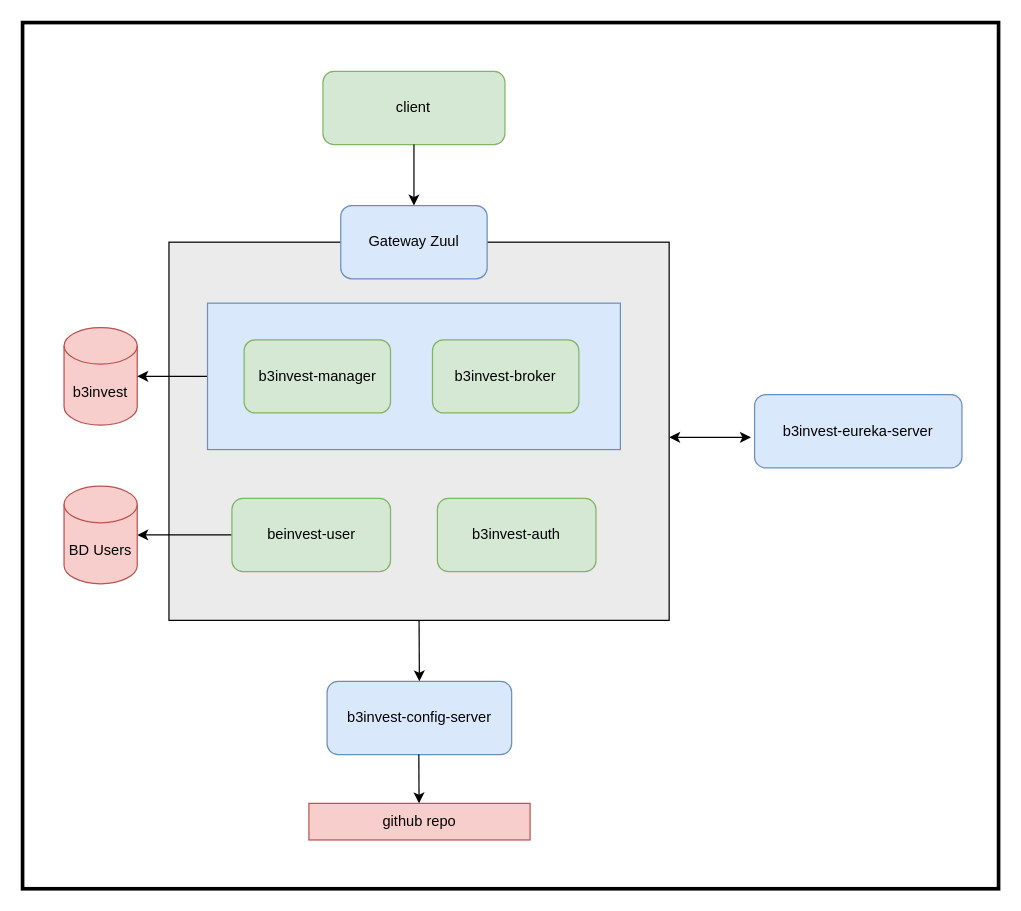
rafacancian/rac-b3invest keeps this draw.io diagram as helper/architecture/architecture.drawio. Above is the earlier version. Source tidied: cells renumbered, new cells numbered last; positions are measured from the earlier drawing's top-left corner, leaving out a move shared by most shapes. Both pictures are drawn from the tidied source at 122%, with x=0, y=0 at pixel (22, 22).
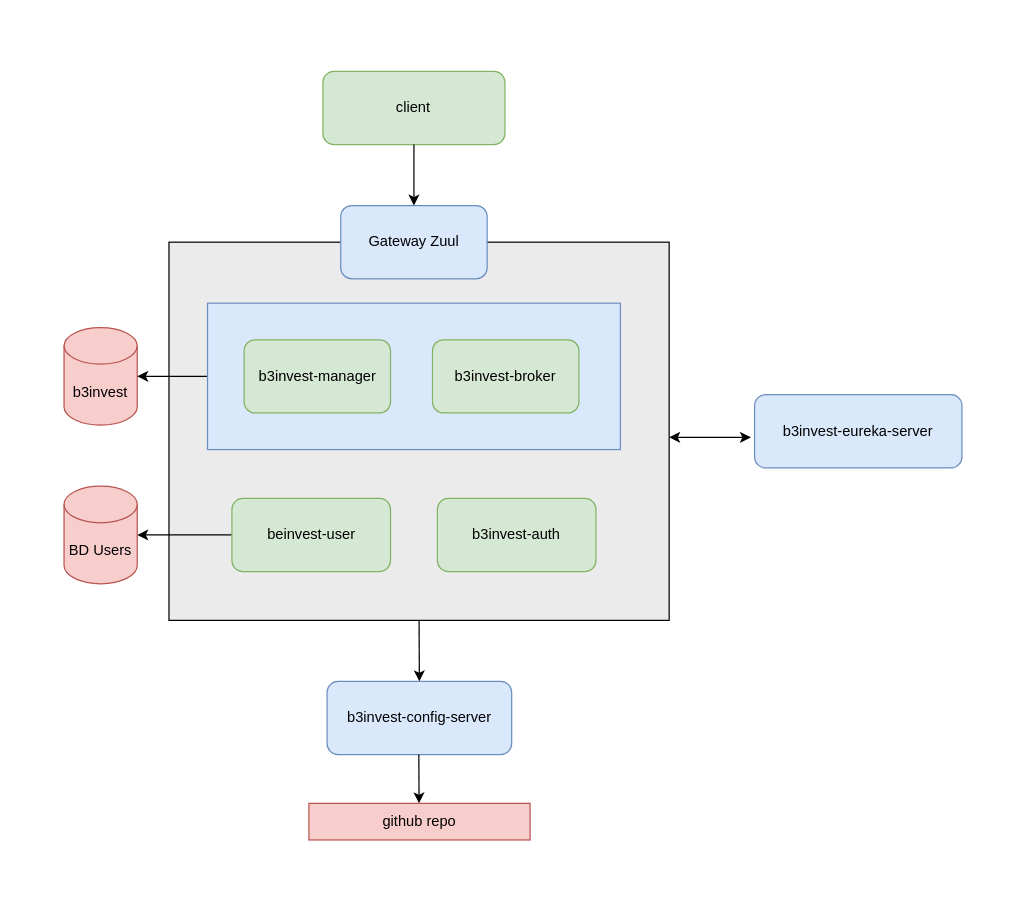
The same diagram, later.

What changed in the source:
```diff
@@
-    <mxCell id="2" style="whiteSpace=wrap;html=1;strokeWidth=3;" parent="1" vertex="1">
+    <mxCell id="2" style="whiteSpace=wrap;html=1;strokeWidth=3;strokeColor=none;" parent="1" vertex="1">
       <mxGeometry width="800" height="710" as="geometry" />
     </mxCell>
```
